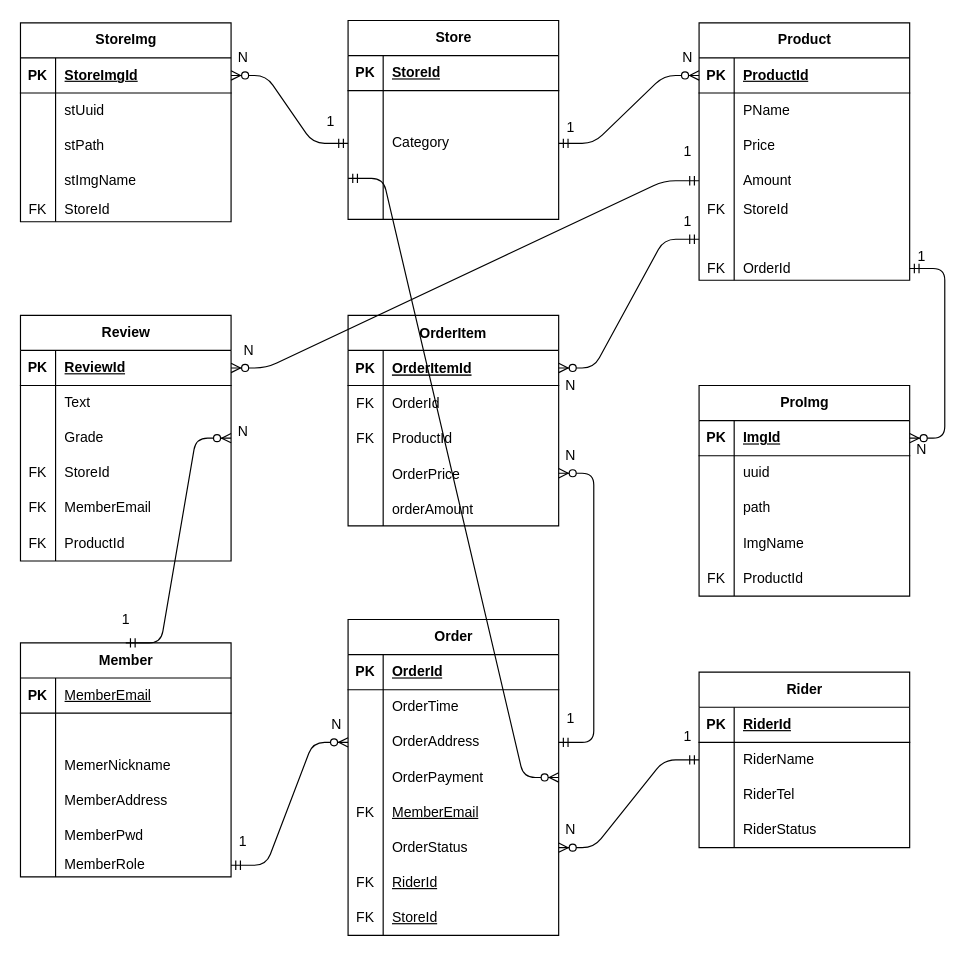
Earlier version of the draw.io diagram target/classes/com/example/sijangtong/erd/sijangtong.drawio (brian110326/sijangtong). Source tidied: cells renumbered, new cells numbered last; positions are measured from the earlier drawing's top-left corner, leaving out a move shared by most shapes. Both pictures are drawn from the tidied source at 117%, with x=0, y=0 at pixel (20, 20).
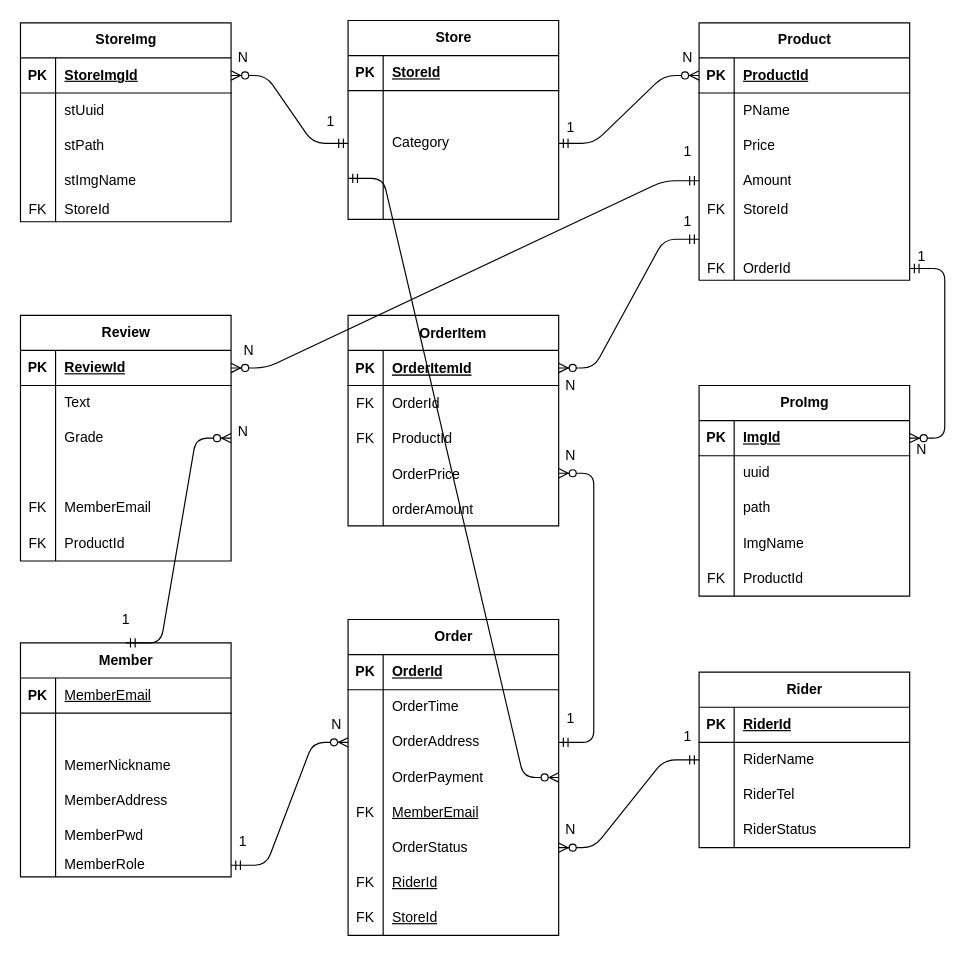
The same page after the edit.

The change refers to these unchanged cells:
```xml
<mxCell id="94" style="shape=tableRow;horizontal=0;startSize=0;swimlaneHead=0;swimlaneBody=0;fillColor=none;top=0;left=0;right=0;bottom=0;" parent="84" vertex="1">
  <mxGeometry y="120" width="180" height="30" as="geometry" />
</mxCell>
```

What changed in the source:
```diff
@@
-    <mxCell id="95" value="FK" style="shape=partialRectangle;fillColor=none;top=0;left=0;bottom=0;right=0;overflow=hidden;whiteSpace=wrap;html=1;" parent="94" vertex="1">
+    <mxCell id="95" style="shape=partialRectangle;fillColor=none;top=0;left=0;bottom=0;right=0;overflow=hidden;whiteSpace=wrap;html=1;" parent="94" vertex="1">
       <mxGeometry width="30" height="30" as="geometry" />
     </mxCell>
-    <mxCell id="96" value="StoreId" style="shape=partialRectangle;fillColor=none;top=0;left=0;bottom=0;right=0;align=left;spacingLeft=6;overflow=hidden;whiteSpace=wrap;html=1;" parent="94" vertex="1">
+    <mxCell id="96" style="shape=partialRectangle;fillColor=none;top=0;left=0;bottom=0;right=0;align=left;spacingLeft=6;overflow=hidden;whiteSpace=wrap;html=1;" parent="94" vertex="1">
       <mxGeometry x="30" width="150" height="30" as="geometry" />
     </mxCell>
```
